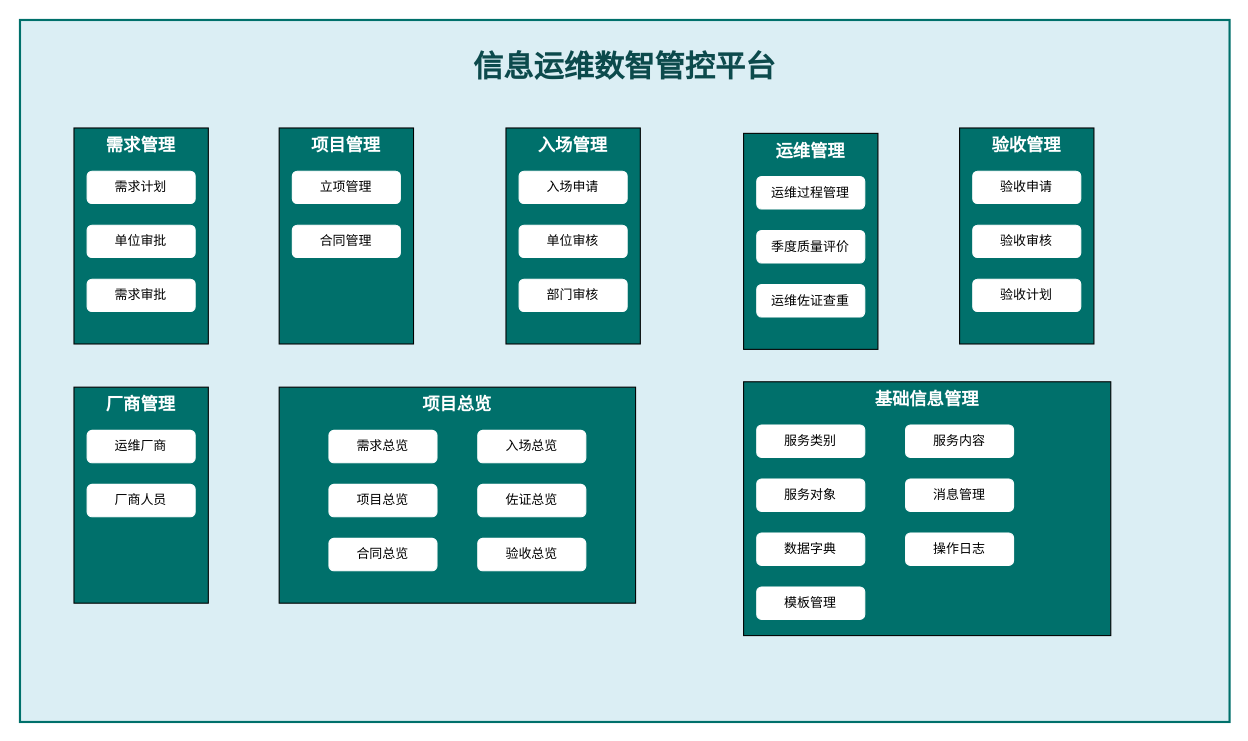
Above: 信息运维应用架构.drawio in diaosinanshen/draw (draw.io), before the change. Source tidied: cells renumbered, new cells numbered last; positions are measured from the earlier drawing's top-left corner, leaving out a move shared by most shapes. Both pictures are drawn from the tidied source at 108%, with x=0, y=0 at pixel (19, 19).
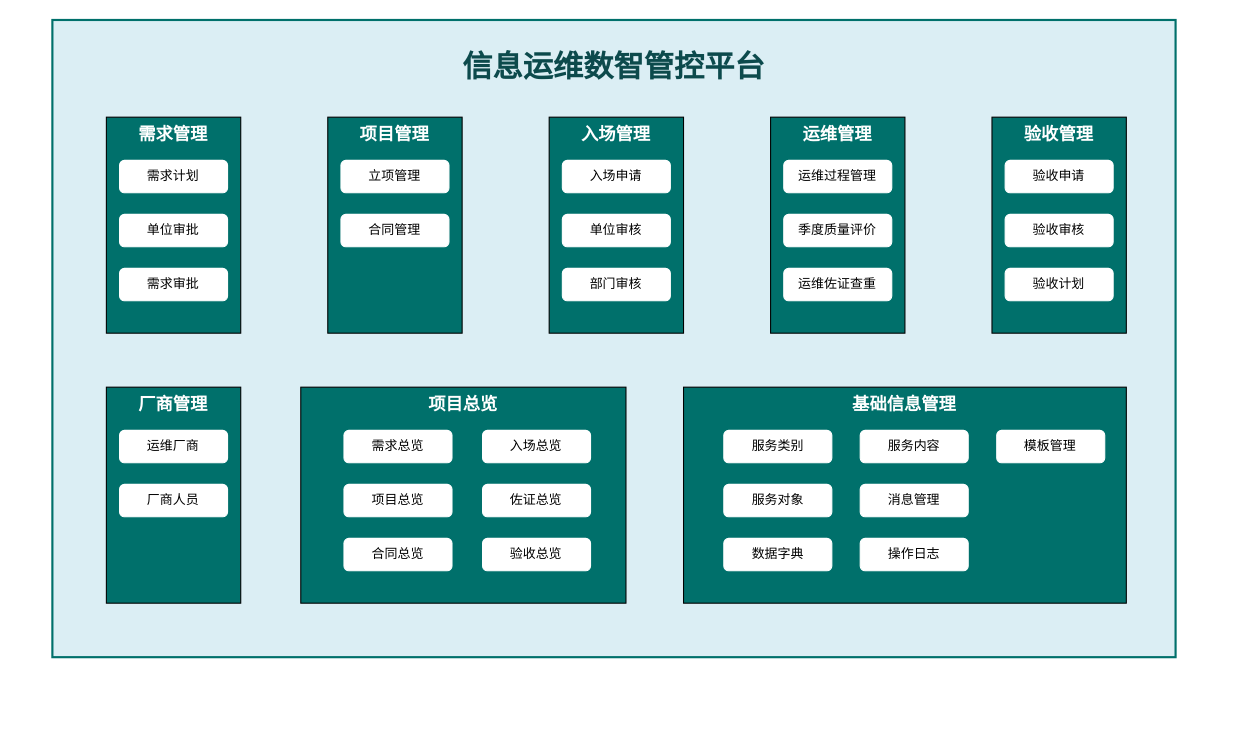
After the change.

Commit message (it also covers changes not shown here):
更新信息运维应用架构.drawio

Diff of the diagram source:
```diff
@@
     <mxCell id="2" value="信息运维数智管控平台" style="rounded=0;whiteSpace=wrap;html=1;verticalAlign=top;fontSize=28;spacingTop=20;strokeColor=#00706B;fillColor=#DBEEF4;fontColor=#0C4A4C;fontStyle=1;strokeWidth=2;" parent="1" vertex="1">
-      <mxGeometry width="1120" height="650" as="geometry" />
+      <mxGeometry x="30" width="1040" height="590" as="geometry" />
     </mxCell>
     <mxCell id="3" value="项目总览" style="rounded=0;whiteSpace=wrap;html=1;verticalAlign=top;fontSize=16;fillColor=#00706B;fontColor=#FFFFFF;fontStyle=1;" parent="1" vertex="1">
-      <mxGeometry x="240" y="340" width="330" height="200" as="geometry" />
+      <mxGeometry x="260" y="340" width="301.1" height="200" as="geometry" />
     </mxCell>
     <mxCell id="4" value="需求总览" style="rounded=1;whiteSpace=wrap;html=1;strokeColor=#FFFFFF;" parent="1" vertex="1">
-      <mxGeometry x="286.1" y="380" width="100" height="30" as="geometry" />
+      <mxGeometry x="300" y="380" width="100" height="30" as="geometry" />
     </mxCell>
     <mxCell id="5" value="项目总览" style="rounded=1;whiteSpace=wrap;html=1;strokeColor=#FFFFFF;" parent="1" vertex="1">
-      <mxGeometry x="286.1" y="430" width="100" height="30" as="geometry" />
+      <mxGeometry x="300" y="430" width="100" height="30" as="geometry" />
     </mxCell>
     <mxCell id="6" value="合同总览" style="rounded=1;whiteSpace=wrap;html=1;strokeColor=#FFFFFF;" parent="1" vertex="1">
-      <mxGeometry x="286.1" y="480" width="100" height="30" as="geometry" />
+      <mxGeometry x="300" y="480" width="100" height="30" as="geometry" />
     </mxCell>
     <mxCell id="7" value="入场总览" style="rounded=1;whiteSpace=wrap;html=1;strokeColor=#FFFFFF;" parent="1" vertex="1">
-      <mxGeometry x="423.9" y="380" width="100" height="30" as="geometry" />
+      <mxGeometry x="428.3" y="380" width="100" height="30" as="geometry" />
     </mxCell>
     <mxCell id="8" value="佐证总览" style="rounded=1;whiteSpace=wrap;html=1;strokeColor=#FFFFFF;" parent="1" vertex="1">
-      <mxGeometry x="423.9" y="430" width="100" height="30" as="geometry" />
+      <mxGeometry x="428.3" y="430" width="100" height="30" as="geometry" />
     </mxCell>
     <mxCell id="9" value="验收总览" style="rounded=1;whiteSpace=wrap;html=1;strokeColor=#FFFFFF;" parent="1" vertex="1">
-      <mxGeometry x="423.9" y="480" width="100" height="30" as="geometry" />
+      <mxGeometry x="428.3" y="480" width="100" height="30" as="geometry" />
     </mxCell>
     <mxCell id="10" value="厂商管理" style="rounded=0;whiteSpace=wrap;html=1;verticalAlign=top;fontSize=16;fillColor=#00706B;fontColor=#FFFFFF;fontStyle=1;" parent="1" vertex="1">
-      <mxGeometry x="50" y="340" width="124.4" height="200" as="geometry" />
+      <mxGeometry x="80" y="340" width="124.4" height="200" as="geometry" />
     </mxCell>
     <mxCell id="11" value="运维厂商" style="rounded=1;whiteSpace=wrap;html=1;strokeColor=#FFFFFF;" parent="1" vertex="1">
-      <mxGeometry x="62.2" y="380" width="100" height="30" as="geometry" />
+      <mxGeometry x="92.2" y="380" width="100" height="30" as="geometry" />
     </mxCell>
     <mxCell id="12" value="厂商人员" style="rounded=1;whiteSpace=wrap;html=1;strokeColor=#FFFFFF;" parent="1" vertex="1">
-      <mxGeometry x="62.2" y="430" width="100" height="30" as="geometry" />
+      <mxGeometry x="92.2" y="430" width="100" height="30" as="geometry" />
     </mxCell>
     <mxCell id="13" value="基础信息管理" style="rounded=0;whiteSpace=wrap;html=1;verticalAlign=top;fontSize=16;fillColor=#00706B;fontColor=#FFFFFF;fontStyle=1;" parent="1" vertex="1">
-      <mxGeometry x="670" y="335" width="340" height="235" as="geometry" />
+      <mxGeometry x="614.4" y="340" width="410" height="200" as="geometry" />
     </mxCell>
     <mxCell id="14" value="服务类别" style="rounded=1;whiteSpace=wrap;html=1;strokeColor=#FFFFFF;" parent="1" vertex="1">
-      <mxGeometry x="682.2" y="375" width="100" height="30" as="geometry" />
+      <mxGeometry x="651.7" y="380" width="100" height="30" as="geometry" />
     </mxCell>
     <mxCell id="15" value="服务对象" style="rounded=1;whiteSpace=wrap;html=1;strokeColor=#FFFFFF;" parent="1" vertex="1">
-      <mxGeometry x="682.2" y="425" width="100" height="30" as="geometry" />
+      <mxGeometry x="651.7" y="430" width="100" height="30" as="geometry" />
     </mxCell>
     <mxCell id="16" value="数据字典" style="rounded=1;whiteSpace=wrap;html=1;strokeColor=#FFFFFF;" parent="1" vertex="1">
-      <mxGeometry x="682.2" y="475" width="100" height="30" as="geometry" />
+      <mxGeometry x="651.7" y="480" width="100" height="30" as="geometry" />
     </mxCell>
     <mxCell id="17" value="服务内容" style="rounded=1;whiteSpace=wrap;html=1;strokeColor=#FFFFFF;" parent="1" vertex="1">
-      <mxGeometry x="820" y="375" width="100" height="30" as="geometry" />
+      <mxGeometry x="778" y="380" width="100" height="30" as="geometry" />
     </mxCell>
     <mxCell id="18" value="消息管理" style="rounded=1;whiteSpace=wrap;html=1;strokeColor=#FFFFFF;" parent="1" vertex="1">
-      <mxGeometry x="820" y="425" width="100" height="30" as="geometry" />
+      <mxGeometry x="778" y="430" width="100" height="30" as="geometry" />
     </mxCell>
     <mxCell id="19" value="操作日志" style="rounded=1;whiteSpace=wrap;html=1;strokeColor=#FFFFFF;" parent="1" vertex="1">
-      <mxGeometry x="820" y="475" width="100" height="30" as="geometry" />
+      <mxGeometry x="778" y="480" width="100" height="30" as="geometry" />
     </mxCell>
     <mxCell id="20" value="模板管理" style="rounded=1;whiteSpace=wrap;html=1;strokeColor=#FFFFFF;" parent="1" vertex="1">
-      <mxGeometry x="682.2" y="525" width="100" height="30" as="geometry" />
+      <mxGeometry x="904.4" y="380" width="100" height="30" as="geometry" />
     </mxCell>
-    <mxCell id="21" style="group;" parent="1" vertex="1">
-      <mxGeometry x="50" y="100" width="124.4" height="200" as="geometry" />
+    <mxCell id="21" style="group;flipH=1;" parent="1" vertex="1">
+      <mxGeometry x="80" y="90" width="124.4" height="200" as="geometry" />
     </mxCell>
@@
-    <mxCell id="26" style="group;" parent="1" vertex="1">
-      <mxGeometry x="240" y="100" width="124.4" height="200" as="geometry" />
+    <mxCell id="26" style="group;flipH=1;" parent="1" vertex="1">
+      <mxGeometry x="285" y="90" width="124.4" height="200" as="geometry" />
     </mxCell>
@@
-    <mxCell id="30" style="group;" parent="1" vertex="1">
-      <mxGeometry x="450" y="100" width="124.4" height="200" as="geometry" />
+    <mxCell id="30" style="group;flipH=1;" parent="1" vertex="1">
+      <mxGeometry x="490" y="90" width="124.4" height="200" as="geometry" />
     </mxCell>
@@
-    <mxCell id="35" style="group;" parent="1" vertex="1">
-      <mxGeometry x="670" y="105" width="124.4" height="200" as="geometry" />
+    <mxCell id="35" style="group;flipH=1;" parent="1" vertex="1">
+      <mxGeometry x="695" y="90" width="124.4" height="200" as="geometry" />
     </mxCell>
@@
-    <mxCell id="40" style="group;" parent="1" vertex="1">
-      <mxGeometry x="870" y="100" width="124.4" height="200" as="geometry" />
+    <mxCell id="40" style="group;flipH=1;" parent="1" vertex="1">
+      <mxGeometry x="900" y="90" width="124.4" height="200" as="geometry" />
     </mxCell>
```
